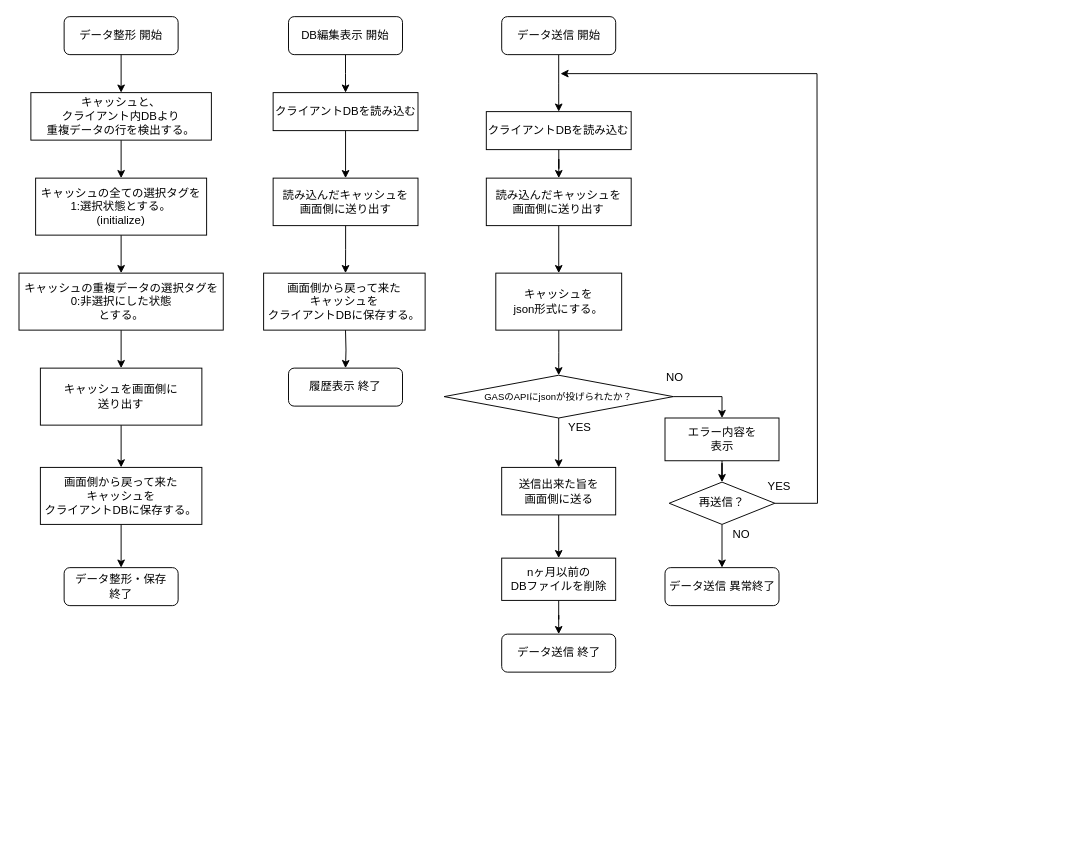
usuwo-lumturo/transportation_expenses keeps this draw.io diagram as doc/データ整形・制御用_関数_flow.drawio. Above is the earlier version. Source tidied: cells renumbered, new cells numbered last; positions are measured from the earlier drawing's top-left corner, leaving out a move shared by most shapes. Both pictures are drawn from the tidied source at 95%, with x=0, y=0 at pixel (18, 16).
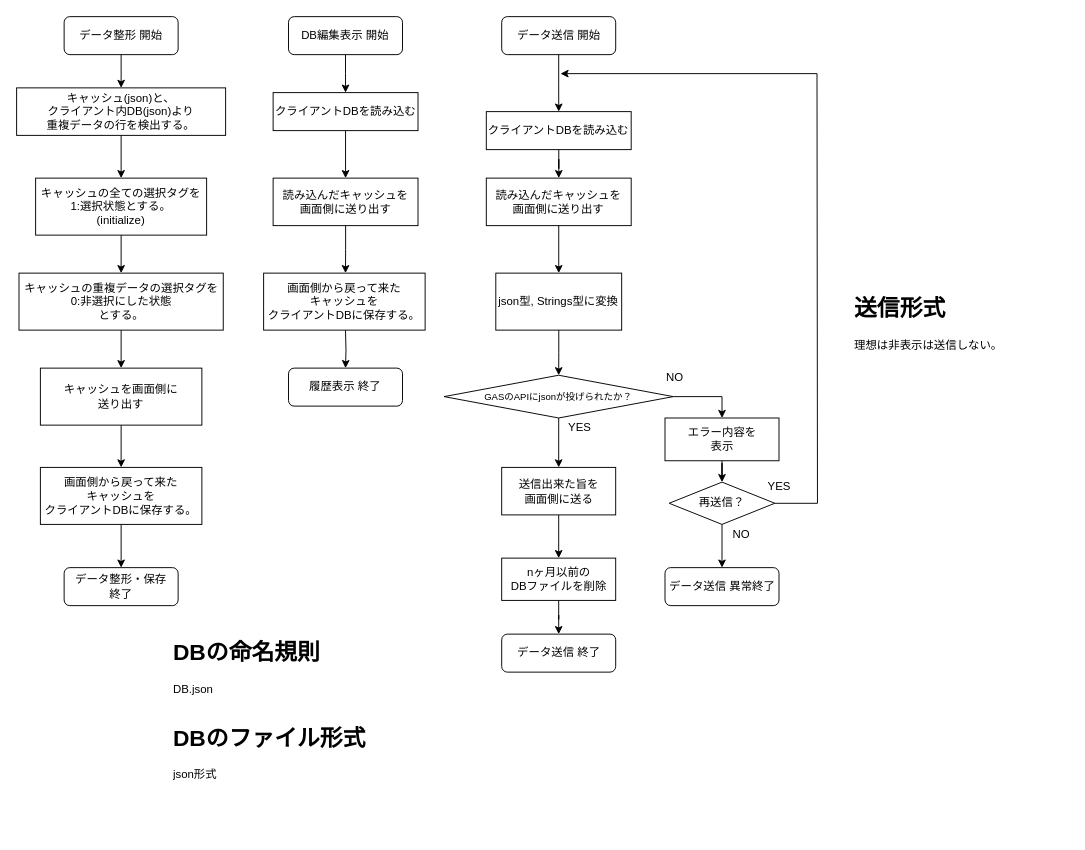
Above is the later version.

Commit message:
関数用のところにメモを追加しました。

The edit, as a diff of the source:
```diff
@@
-    <mxCell id="4" value="キャッシュと、&lt;br&gt;クライアント内DBより&lt;br&gt;重複データの行を検出する。" style="rounded=0;whiteSpace=wrap;html=1;" parent="1" vertex="1">
-      <mxGeometry x="13" y="80" width="190" height="50" as="geometry" />
+    <mxCell id="4" value="キャッシュ(json)と、&lt;br&gt;クライアント内DB(json)より&lt;br&gt;重複データの行を検出する。" style="rounded=0;whiteSpace=wrap;html=1;" parent="1" vertex="1">
+      <mxGeometry x="-2" y="75" width="220" height="50" as="geometry" />
     </mxCell>
@@
-    <mxCell id="26" value="キャッシュを&lt;br&gt;json形式にする。" style="whiteSpace=wrap;html=1;" parent="1" vertex="1">
+    <mxCell id="26" value="json型, Strings型に変換" style="whiteSpace=wrap;html=1;" parent="1" vertex="1">
       <mxGeometry x="502.4" y="270" width="132.5" height="60" as="geometry" />
     </mxCell>
@@
+    <mxCell id="51" value="&lt;h1&gt;DBの命名規則&lt;/h1&gt;&lt;p&gt;DB.json&lt;/p&gt;&lt;p&gt;&lt;br&gt;&lt;/p&gt;&lt;p&gt;&lt;br&gt;&lt;/p&gt;" style="text;html=1;strokeColor=none;fillColor=none;spacing=5;spacingTop=-20;whiteSpace=wrap;overflow=hidden;rounded=0;" parent="1" vertex="1">
+      <mxGeometry x="158" y="650" width="190" height="80" as="geometry" />
+    </mxCell>
+    <mxCell id="52" value="&lt;h1&gt;DBのファイル形式&lt;/h1&gt;&lt;p&gt;json形式&lt;/p&gt;" style="text;html=1;strokeColor=none;fillColor=none;spacing=5;spacingTop=-20;whiteSpace=wrap;overflow=hidden;rounded=0;" parent="1" vertex="1">
+      <mxGeometry x="158" y="740" width="230" height="120" as="geometry" />
+    </mxCell>
+    <mxCell id="53" value="&lt;h1&gt;送信形式&lt;/h1&gt;&lt;p&gt;理想は非表示は送信しない。&lt;/p&gt;" style="text;html=1;strokeColor=none;fillColor=none;spacing=5;spacingTop=-20;whiteSpace=wrap;overflow=hidden;rounded=0;" parent="1" vertex="1">
+      <mxGeometry x="875" y="288" width="230" height="120" as="geometry" />
+    </mxCell>
```
